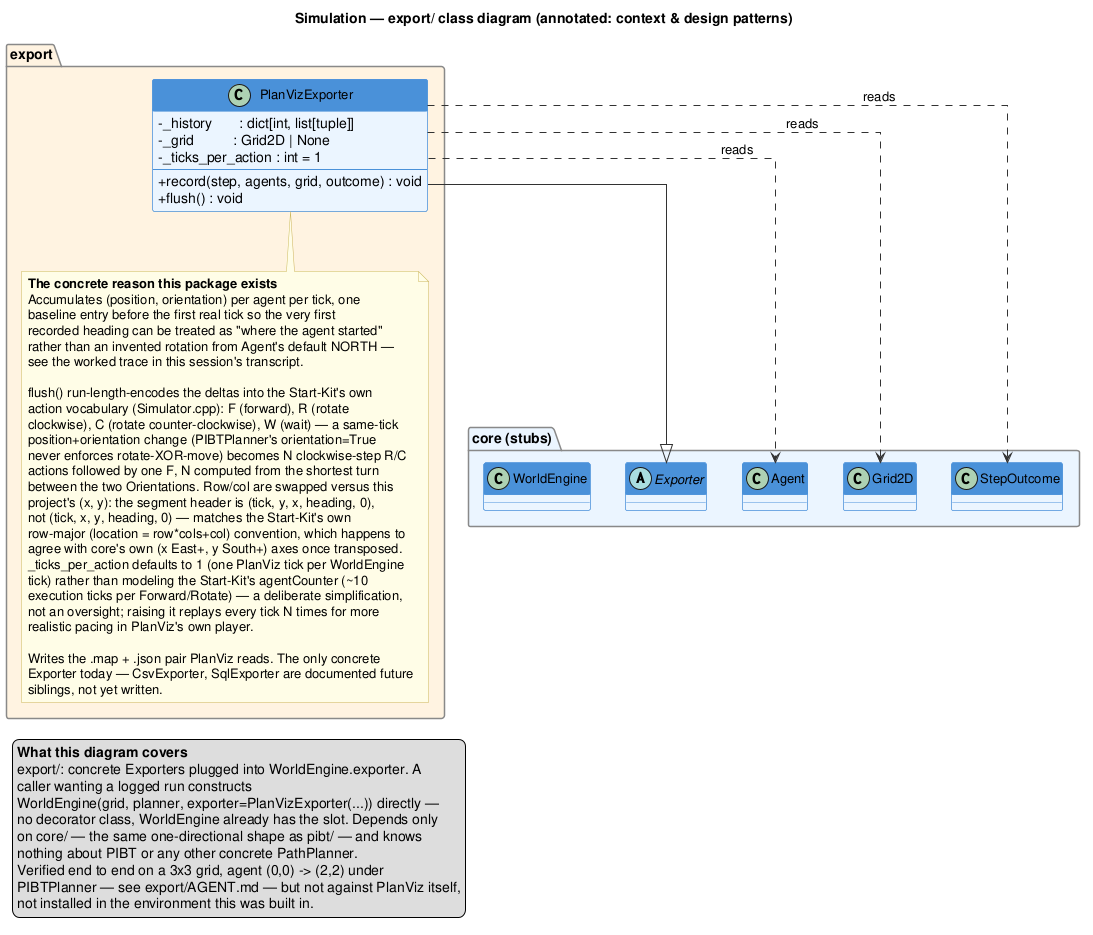
The PlantUML diagram diagrammes/Class_Diagram/Export/export_class_diagram_commente.png in RasdaCorentin/MAPF_Simulation, before a commit.
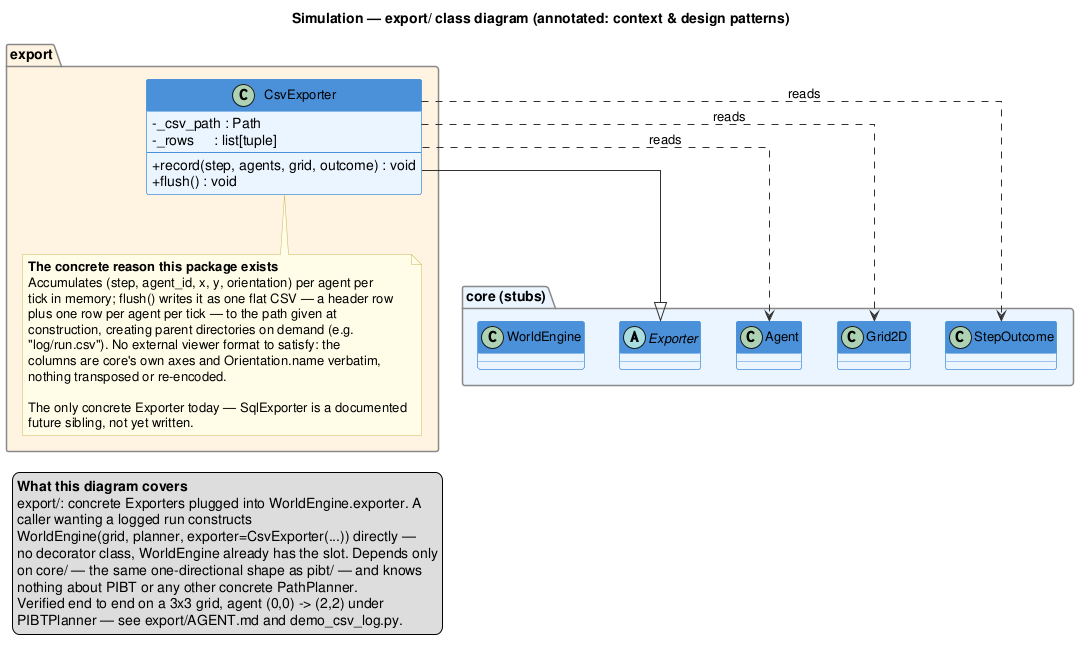
Later version of the same file.

Commit message:
docs(diagrams): swap Export class diagram's PlanVizExporter for CsvExporter

Diff of the diagram source:
```diff
@@ -24,62 +24,44 @@
 
 package "export" #FFF3E0 {
 
-    class PlanVizExporter {
-        - _history       : dict[int, list[tuple]]
-        - _grid          : Grid2D | None
-        - _ticks_per_action : int = 1
+    class CsvExporter {
+        - _csv_path : Path
+        - _rows     : list[tuple]
         --
         + record(step, agents, grid, outcome) : void
         + flush() : void
     }
-    note bottom of PlanVizExporter
+    note bottom of CsvExporter
       **The concrete reason this package exists**
-      Accumulates (position, orientation) per agent per tick, one
-      baseline entry before the first real tick so the very first
-      recorded heading can be treated as "where the agent started"
-      rather than an invented rotation from Agent's default NORTH —
-      see the worked trace in this session's transcript.
+      Accumulates (step, agent_id, x, y, orientation) per agent per
+      tick in memory; flush() writes it as one flat CSV — a header row
+      plus one row per agent per tick — to the path given at
+      construction, creating parent directories on demand (e.g.
+      "log/run.csv"). No external viewer format to satisfy: the
+      columns are core's own axes and Orientation.name verbatim,
+      nothing transposed or re-encoded.
 
-      flush() run-length-encodes the deltas into the Start-Kit's own
-      action vocabulary (Simulator.cpp): F (forward), R (rotate
-      clockwise), C (rotate counter-clockwise), W (wait) — a same-tick
-      position+orientation change (PIBTPlanner's orientation=True
-      never enforces rotate-XOR-move) becomes N clockwise-step R/C
-      actions followed by one F, N computed from the shortest turn
-      between the two Orientations. Row/col are swapped versus this
-      project's (x, y): the segment header is (tick, y, x, heading, 0),
-      not (tick, x, y, heading, 0) — matches the Start-Kit's own
-      row-major (location = row*cols+col) convention, which happens to
-      agree with core's own (x East+, y South+) axes once transposed.
-      _ticks_per_action defaults to 1 (one PlanViz tick per WorldEngine
-      tick) rather than modeling the Start-Kit's agentCounter (~10
-      execution ticks per Forward/Rotate) — a deliberate simplification,
-      not an oversight; raising it replays every tick N times for more
-      realistic pacing in PlanViz's own player.
-
-      Writes the .map + .json pair PlanViz reads. The only concrete
-      Exporter today — CsvExporter, SqlExporter are documented future
-      siblings, not yet written.
+      The only concrete Exporter today — SqlExporter is a documented
+      future sibling, not yet written.
     end note
 }
 
-PlanVizExporter --|> Exporter
+CsvExporter --|> Exporter
 
-PlanVizExporter ..> Agent : «reads»
-PlanVizExporter ..> Grid2D : «reads»
-PlanVizExporter ..> StepOutcome : «reads»
+CsvExporter ..> Agent : «reads»
+CsvExporter ..> Grid2D : «reads»
+CsvExporter ..> StepOutcome : «reads»
 
 legend bottom left
   **What this diagram covers**
   export/: concrete Exporters plugged into WorldEngine.exporter. A
   caller wanting a logged run constructs
-  WorldEngine(grid, planner, exporter=PlanVizExporter(...)) directly —
+  WorldEngine(grid, planner, exporter=CsvExporter(...)) directly —
   no decorator class, WorldEngine already has the slot. Depends only
   on core/ — the same one-directional shape as pibt/ — and knows
   nothing about PIBT or any other concrete PathPlanner.
   Verified end to end on a 3x3 grid, agent (0,0) -> (2,2) under
-  PIBTPlanner — see export/AGENT.md — but not against PlanViz itself,
-  not installed in the environment this was built in.
+  PIBTPlanner — see export/AGENT.md and demo_csv_log.py.
 end legend
 
 @enduml
```
